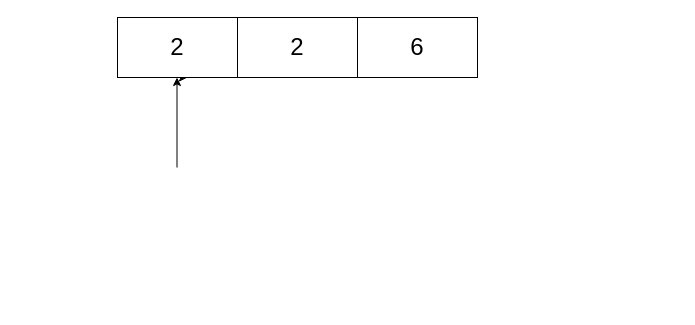
Before: leetcode.drawio in CreationMatters/React-Tutorials, a draw.io diagram. Source tidied: cells renumbered, new cells numbered last; positions are measured from the earlier drawing's top-left corner, leaving out a move shared by most shapes. Both pictures are drawn from the tidied source at 100%, with x=0, y=0 at pixel (117, 17).
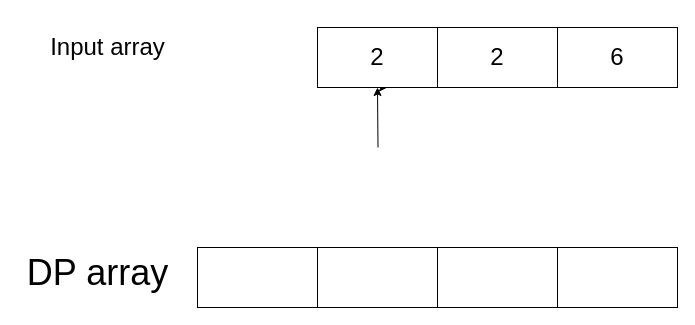
Above is the later version.

What changed in the source:
```diff
@@
 <mxGraphModel>
   <root>
     <mxCell id="0" />
     <mxCell id="1" parent="0" />
+    <mxCell id="6" style="endArrow=classic;html=1;" parent="1" edge="1">
+      <mxGeometry relative="1" as="geometry">
+        <mxPoint x="260.5" y="130" as="sourcePoint" />
+        <mxPoint x="260" y="70" as="targetPoint" />
+      </mxGeometry>
+    </mxCell>
+    <mxCell id="7" style="group;" parent="1" vertex="1">
+      <mxGeometry x="80" y="230" width="480" height="60" as="geometry" />
+    </mxCell>
+    <mxCell id="8" style="whiteSpace=wrap;html=1;" parent="7" vertex="1">
+      <mxGeometry width="120" height="60" as="geometry" />
+    </mxCell>
+    <mxCell id="9" style="whiteSpace=wrap;html=1;" parent="7" vertex="1">
+      <mxGeometry x="120" width="120" height="60" as="geometry" />
+    </mxCell>
+    <mxCell id="10" style="whiteSpace=wrap;html=1;" parent="7" vertex="1">
+      <mxGeometry x="240" width="120" height="60" as="geometry" />
+    </mxCell>
+    <mxCell id="11" style="whiteSpace=wrap;html=1;" parent="7" vertex="1">
+      <mxGeometry x="360" width="120" height="60" as="geometry" />
+    </mxCell>
+    <mxCell id="12" value="&lt;font style=&quot;font-size: 36px&quot;&gt;DP array&lt;/font&gt;" style="text;html=1;align=center;verticalAlign=middle;" parent="1" vertex="1">
+      <mxGeometry x="-100" y="240" width="160" height="30" as="geometry" />
+    </mxCell>
+    <mxCell id="13" style="group;" parent="1" vertex="1">
+      <mxGeometry x="200" y="10" width="360" height="60" as="geometry" />
+    </mxCell>
-    <mxCell id="2" style="edgeStyle=orthogonalEdgeStyle;rounded=0;jettySize=auto;html=1;exitX=0.5;exitY=1;exitDx=0;exitDy=0;" parent="1" edge="1" source="3">
+    <mxCell id="2" style="edgeStyle=orthogonalEdgeStyle;rounded=0;jettySize=auto;html=1;exitX=0.5;exitY=1;exitDx=0;exitDy=0;" parent="13" edge="1" source="3">
       <mxGeometry relative="1" as="geometry">
         <mxPoint x="70" y="60" as="targetPoint" />
       </mxGeometry>
     </mxCell>
-    <mxCell id="3" value="&lt;font style=&quot;font-size: 24px&quot;&gt;2&lt;/font&gt;" style="whiteSpace=wrap;html=1;" parent="1" vertex="1">
+    <mxCell id="3" value="&lt;font style=&quot;font-size: 24px&quot;&gt;2&lt;/font&gt;" style="whiteSpace=wrap;html=1;" parent="13" vertex="1">
       <mxGeometry width="120" height="60" as="geometry" />
     </mxCell>
-    <mxCell id="4" value="&lt;font style=&quot;font-size: 24px&quot;&gt;2&lt;/font&gt;" style="whiteSpace=wrap;html=1;" parent="1" vertex="1">
+    <mxCell id="4" value="&lt;font style=&quot;font-size: 24px&quot;&gt;2&lt;/font&gt;" style="whiteSpace=wrap;html=1;" parent="13" vertex="1">
       <mxGeometry x="120" width="120" height="60" as="geometry" />
     </mxCell>
-    <mxCell id="5" value="&lt;font style=&quot;font-size: 24px&quot;&gt;6&lt;/font&gt;" style="whiteSpace=wrap;html=1;" parent="1" vertex="1">
+    <mxCell id="5" value="&lt;font style=&quot;font-size: 24px&quot;&gt;6&lt;/font&gt;" style="whiteSpace=wrap;html=1;" parent="13" vertex="1">
       <mxGeometry x="240" width="120" height="60" as="geometry" />
     </mxCell>
-    <mxCell id="6" style="endArrow=classic;html=1;" parent="1" edge="1">
-      <mxGeometry relative="1" as="geometry">
-        <mxPoint x="59.5" y="150" as="sourcePoint" />
-        <mxPoint x="59.5" y="60" as="targetPoint" />
-      </mxGeometry>
-    </mxCell>
+    <mxCell id="14" value="&lt;font style=&quot;font-size: 24px&quot;&gt;Input array&lt;/font&gt;" style="text;html=1;align=center;verticalAlign=middle;" parent="1" vertex="1">
+      <mxGeometry x="-75" y="20" width="130" height="20" as="geometry" />
+    </mxCell>
   </root>
 </mxGraphModel>
```
